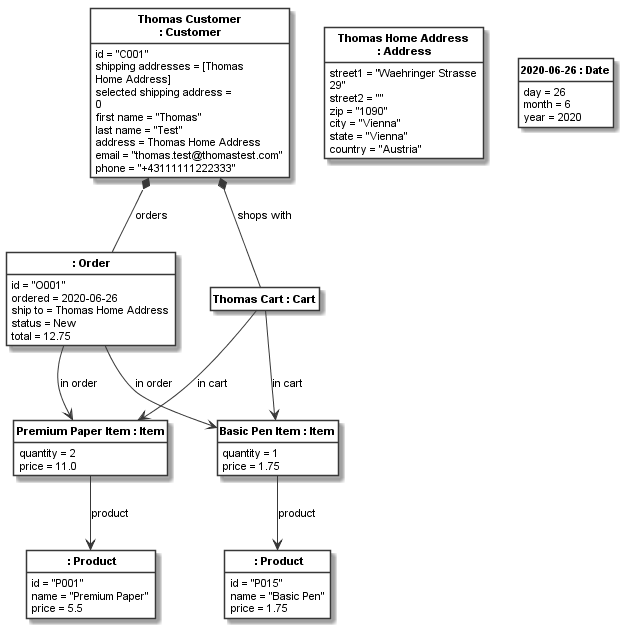
The PlantUML diagram docsrc/source/images/shopping_instance1_order_model.png in uzdun/CodeableModels, before a commit. Its diagram source:
```plantuml
@startuml
skinparam monochrome true
skinparam ClassBackgroundColor White
hide empty members
hide circle
skinparam defaultFontName Arial
skinparam defaultFontSize 11
skinparam classfontstyle bold
class " : Order" as __1_None {
id = "O001"
ordered = 2020-06-26
ship to = Thomas Home Address
status = New
total = 12.75
}

class "Thomas Customer\n : Customer" as __2_Thomas_Customer {
id = "C001"
shipping addresses = [Thomas\nHome Address]
selected shipping address =\n0
first name = "Thomas"
last name = "Test"
address = Thomas Home Address
email = "thomas.test@thomastest.com"
phone = "+43111111222333"
}

class "Thomas Cart : Cart" as __3_Thomas_Cart
class "Premium Paper Item : Item" as __4_Premium_Paper_Item {
quantity = 2
price = 11.0
}

class " : Product" as __5_None {
id = "P001"
name = "Premium Paper"
price = 5.5
}

class "Basic Pen Item : Item" as __6_Basic_Pen_Item {
quantity = 1
price = 1.75
}

class " : Product" as __7_None {
id = "P015"
name = "Basic Pen"
price = 1.75
}

class "Thomas Home Address\n : Address" as __8_Thomas_Home_Address {
street1 = "Waehringer Strasse\n29"
street2 = ""
zip = "1090"
city = "Vienna"
state = "Vienna"
country = "Austria"
}

class "2020-06-26 : Date" as __9_2020_06_26 {
day = 26
month = 6
year = 2020
}

__1_None --> __4_Premium_Paper_Item: "in order"
__1_None --> __6_Basic_Pen_Item: "in order"
__2_Thomas_Customer *-- __3_Thomas_Cart: "shops with"
__2_Thomas_Customer *-- __1_None: "orders"
__3_Thomas_Cart --> __4_Premium_Paper_Item: "in cart"
__3_Thomas_Cart --> __6_Basic_Pen_Item: "in cart"
__4_Premium_Paper_Item --> __5_None: "product"
__6_Basic_Pen_Item --> __7_None: "product"
@enduml
```
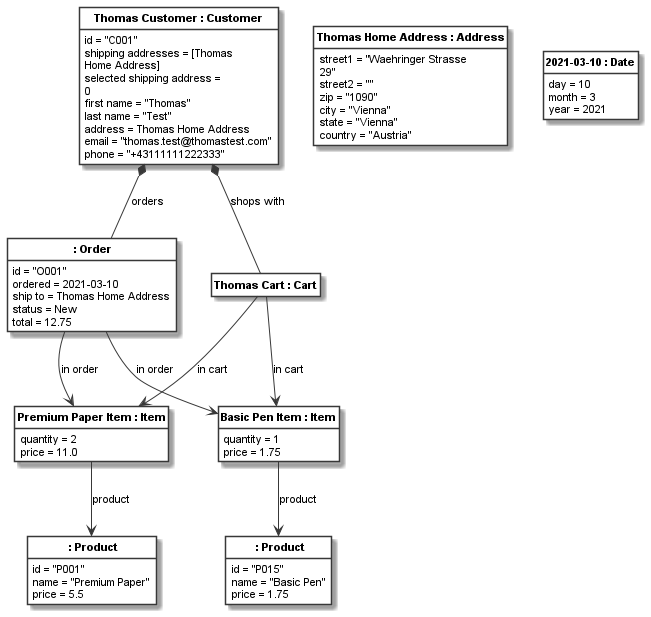
After the commit.

What changed in the source:
```diff
@@ -5,16 +5,15 @@
 hide circle
 skinparam defaultFontName Arial
 skinparam defaultFontSize 11
-skinparam classfontstyle bold
-class " : Order" as __1_None {
+class "<b> : Order</b>" as __1_None {
 id = "O001"
-ordered = 2020-06-26
+ordered = 2021-03-10
 ship to = Thomas Home Address
 status = New
 total = 12.75
 }
 
-class "Thomas Customer\n : Customer" as __2_Thomas_Customer {
+class "<b>Thomas Customer : Customer</b>" as __2_Thomas_Customer {
 id = "C001"
 shipping addresses = [Thomas\nHome Address]
 selected shipping address =\n0
@@ -25,30 +24,30 @@
 phone = "+43111111222333"
 }
 
-class "Thomas Cart : Cart" as __3_Thomas_Cart
-class "Premium Paper Item : Item" as __4_Premium_Paper_Item {
+class "<b>Thomas Cart : Cart</b>" as __3_Thomas_Cart
+class "<b>Premium Paper Item : Item</b>" as __4_Premium_Paper_Item {
 quantity = 2
 price = 11.0
 }
 
-class " : Product" as __5_None {
+class "<b> : Product</b>" as __5_None {
 id = "P001"
 name = "Premium Paper"
 price = 5.5
 }
 
-class "Basic Pen Item : Item" as __6_Basic_Pen_Item {
+class "<b>Basic Pen Item : Item</b>" as __6_Basic_Pen_Item {
 quantity = 1
 price = 1.75
 }
 
-class " : Product" as __7_None {
+class "<b> : Product</b>" as __7_None {
 id = "P015"
 name = "Basic Pen"
 price = 1.75
 }
 
-class "Thomas Home Address\n : Address" as __8_Thomas_Home_Address {
+class "<b>Thomas Home Address : Address</b>" as __8_Thomas_Home_Address {
 street1 = "Waehringer Strasse\n29"
 street2 = ""
 zip = "1090"
@@ -57,18 +56,18 @@
 country = "Austria"
 }
 
-class "2020-06-26 : Date" as __9_2020_06_26 {
-day = 26
-month = 6
-year = 2020
+class "<b>2021-03-10 : Date</b>" as __9_2021_03_10 {
+day = 10
+month = 3
+year = 2021
 }
 
-__1_None --> __4_Premium_Paper_Item: "in order"
-__1_None --> __6_Basic_Pen_Item: "in order"
-__2_Thomas_Customer *-- __3_Thomas_Cart: "shops with"
-__2_Thomas_Customer *-- __1_None: "orders"
-__3_Thomas_Cart --> __4_Premium_Paper_Item: "in cart"
-__3_Thomas_Cart --> __6_Basic_Pen_Item: "in cart"
-__4_Premium_Paper_Item --> __5_None: "product"
-__6_Basic_Pen_Item --> __7_None: "product"
+__1_None --> __4_Premium_Paper_Item: in order
+__1_None --> __6_Basic_Pen_Item: in order
+__2_Thomas_Customer *-- __3_Thomas_Cart: shops with
+__2_Thomas_Customer *-- __1_None: orders
+__3_Thomas_Cart --> __4_Premium_Paper_Item: in cart
+__3_Thomas_Cart --> __6_Basic_Pen_Item: in cart
+__4_Premium_Paper_Item --> __5_None: product
+__6_Basic_Pen_Item --> __7_None: product
 @enduml
```
